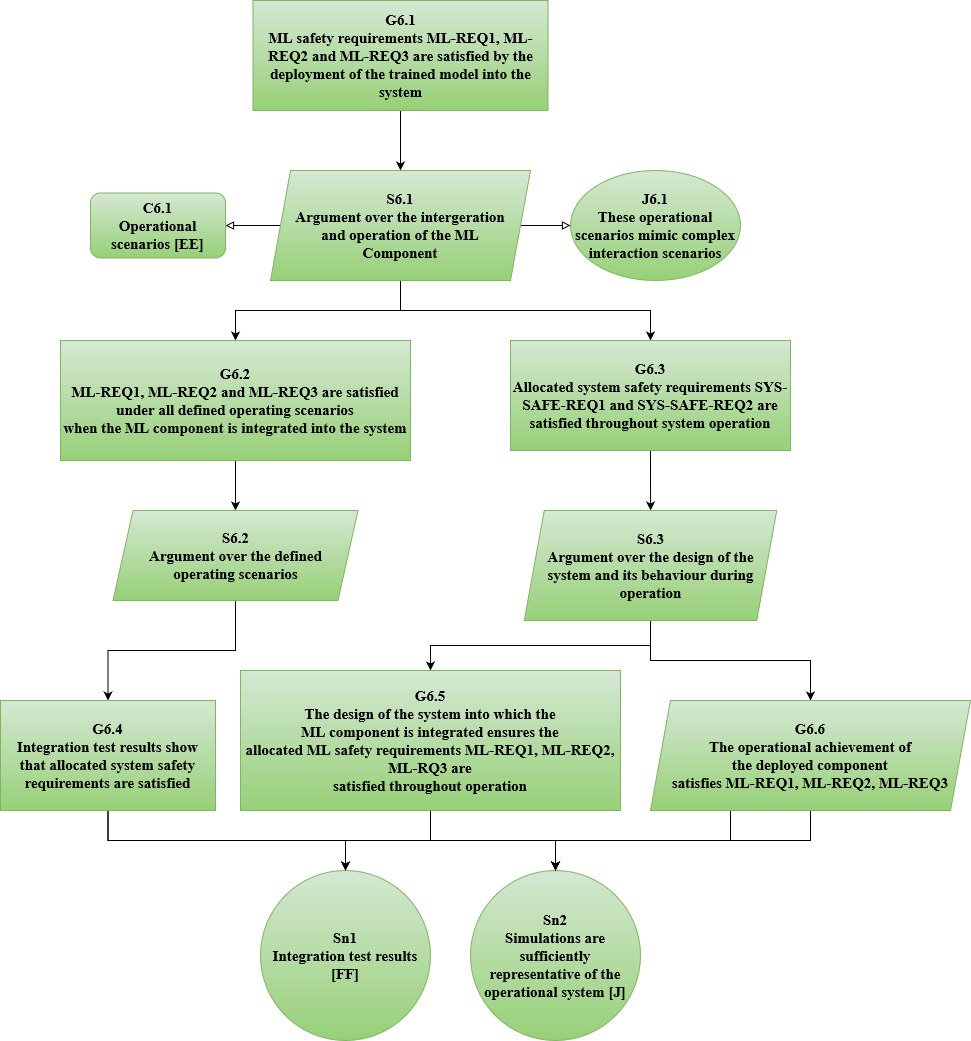
Above: Figure11_.png in msivakum16/Safety_Case (draw.io), before the change. Source tidied: cells renumbered, new cells last; positions are measured from the earlier drawing's top-left corner, leaving out a move shared by most shapes.
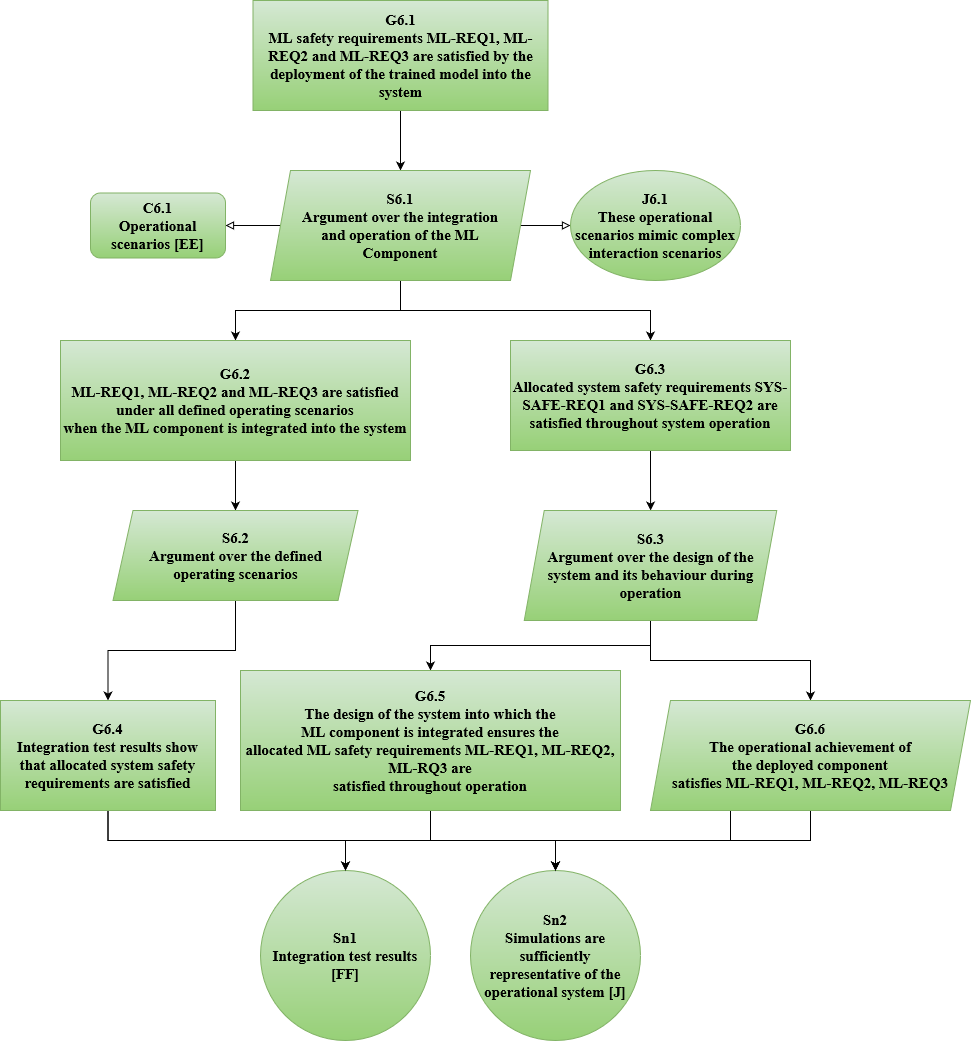
Later version of the same file.

What changed in the source:
```diff
@@ -20,7 +20,7 @@
     <mxCell id="7" style="edgeStyle=orthogonalEdgeStyle;rounded=0;jettySize=auto;html=1;exitX=0.5;exitY=1;exitDx=0;exitDy=0;fontStyle=1;" parent="1" edge="1" source="8" target="12">
       <mxGeometry relative="1" as="geometry" />
     </mxCell>
-    <mxCell id="8" value="S6.1&lt;br style=&quot;font-size: 15px;&quot;&gt;Argument over the intergeration&lt;br style=&quot;font-size: 15px;&quot;&gt;and operation of the ML&lt;br style=&quot;font-size: 15px;&quot;&gt;Component" style="shape=parallelogram;perimeter=parallelogramPerimeter;whiteSpace=wrap;html=1;fixedSize=1;fillColor=#d5e8d4;strokeColor=#82b366;fontFamily=Times New Roman;fontSize=15;fontStyle=1;gradientColor=#97d077;" parent="1" vertex="1">
+    <mxCell id="8" value="S6.1&lt;br style=&quot;font-size: 15px;&quot;&gt;Argument over the integration&lt;br style=&quot;font-size: 15px;&quot;&gt;and operation of the ML&lt;br style=&quot;font-size: 15px;&quot;&gt;Component" style="shape=parallelogram;perimeter=parallelogramPerimeter;whiteSpace=wrap;html=1;fixedSize=1;fillColor=#d5e8d4;strokeColor=#82b366;fontFamily=Times New Roman;fontSize=15;fontStyle=1;gradientColor=#97d077;" parent="1" vertex="1">
       <mxGeometry x="270" y="170" width="260" height="110" as="geometry" />
     </mxCell>
     <mxCell id="9" style="edgeStyle=orthogonalEdgeStyle;rounded=0;jettySize=auto;html=1;exitX=0.5;exitY=1;exitDx=0;exitDy=0;fontStyle=1;" parent="1" edge="1" source="10" target="16">
```
